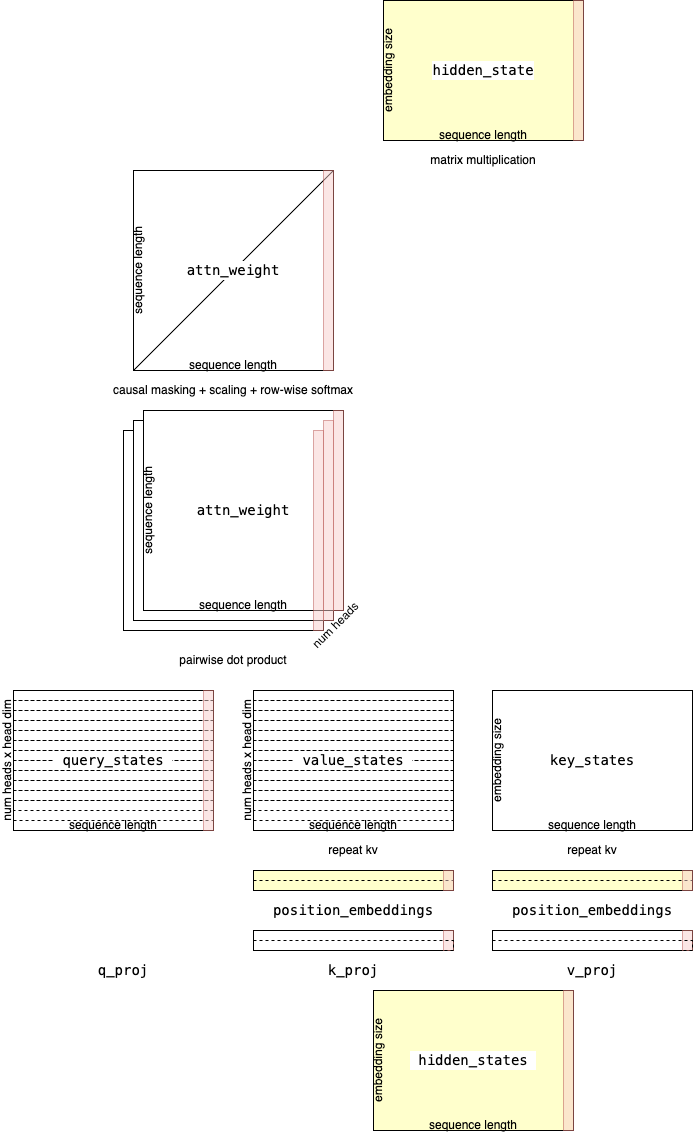
Above: architecture.drawio.png in tonghuikang/llm_architecture (draw.io), before the change. Source tidied: cells renumbered, new cells last; positions are measured from the earlier drawing's top-left corner, leaving out a move shared by most shapes.
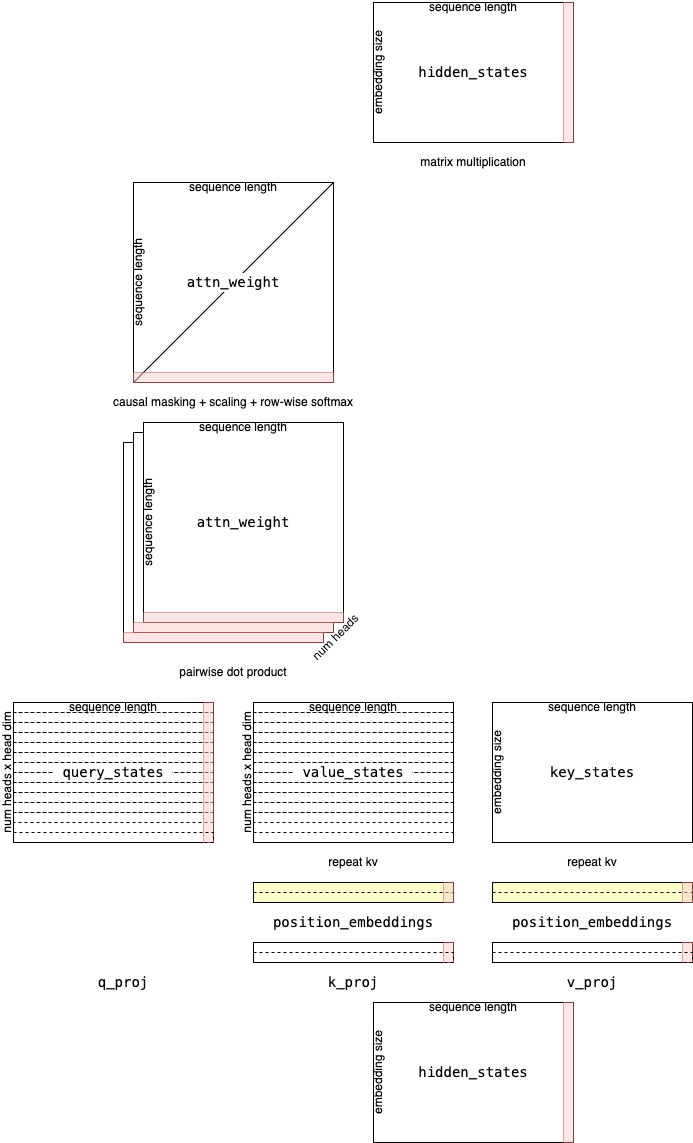
After the change.

Diff of the diagram source:
```diff
@@ -5,7 +5,7 @@
     <mxCell id="2" style="rounded=0;whiteSpace=wrap;html=1;fillColor=#FFFFCC;" parent="1" vertex="1">
       <mxGeometry x="555" y="870" width="200" height="20" as="geometry" />
     </mxCell>
-    <mxCell id="3" value="fir" style="rounded=0;whiteSpace=wrap;html=1;fillColor=#FFFFCC;" parent="1" vertex="1">
+    <mxCell id="3" value="fir" style="rounded=0;whiteSpace=wrap;html=1;fillColor=none;" parent="1" vertex="1">
       <mxGeometry x="436" y="990" width="200" height="140" as="geometry" />
     </mxCell>
     <mxCell id="4" style="rounded=0;whiteSpace=wrap;html=1;fillColor=none;" parent="1" vertex="1">
@@ -20,8 +20,8 @@
     <mxCell id="7" style="rounded=0;whiteSpace=wrap;html=1;fillColor=none;" parent="1" vertex="1">
       <mxGeometry x="555" y="930" width="200" height="20" as="geometry" />
     </mxCell>
-    <mxCell id="8" style="rounded=0;whiteSpace=wrap;html=1;fillColor=#FFFFCC;" parent="1" vertex="1">
-      <mxGeometry x="446" width="200" height="140" as="geometry" />
+    <mxCell id="8" style="rounded=0;whiteSpace=wrap;html=1;fillColor=none;" parent="1" vertex="1">
+      <mxGeometry x="436" y="-10" width="200" height="140" as="geometry" />
     </mxCell>
     <mxCell id="9" value="pairwise dot product" style="text;html=1;align=center;verticalAlign=middle;whiteSpace=wrap;rounded=0;fillColor=none;" parent="1" vertex="1">
       <mxGeometry x="196" y="640" width="200" height="40" as="geometry" />
@@ -42,10 +42,10 @@
       <mxGeometry x="580" y="830" width="150" height="40" as="geometry" />
     </mxCell>
     <mxCell id="15" value="matrix multiplication" style="text;html=1;align=center;verticalAlign=middle;whiteSpace=wrap;rounded=0;fillColor=none;" parent="1" vertex="1">
-      <mxGeometry x="471" y="140" width="150" height="40" as="geometry" />
+      <mxGeometry x="461" y="130" width="150" height="40" as="geometry" />
     </mxCell>
     <mxCell id="16" value="sequence length" style="text;html=1;align=center;verticalAlign=middle;whiteSpace=wrap;rounded=0;fillColor=none;" parent="1" vertex="1">
-      <mxGeometry x="436" y="1120" width="200" height="10" as="geometry" />
+      <mxGeometry x="436" y="990" width="200" height="10" as="geometry" />
     </mxCell>
     <mxCell id="17" value="embedding size" style="rounded=0;whiteSpace=wrap;html=1;rotation=-90;strokeColor=none;fillColor=none;" parent="1" vertex="1">
       <mxGeometry x="371" y="1055" width="140" height="10" as="geometry" />
@@ -57,11 +57,8 @@
       <mxGeometry x="76" y="690" width="200" height="10" as="geometry" />
     </mxCell>
     <mxCell id="20" value="sequence length" style="text;html=1;align=center;verticalAlign=middle;whiteSpace=wrap;rounded=0;fillColor=none;" parent="1" vertex="1">
-      <mxGeometry x="555" y="820" width="200" height="10" as="geometry" />
+      <mxGeometry x="555" y="690" width="200" height="10" as="geometry" />
     </mxCell>
-    <mxCell id="21" value="sequence length" style="text;html=1;align=center;verticalAlign=middle;whiteSpace=wrap;rounded=0;fillColor=none;" parent="1" vertex="1">
-      <mxGeometry x="76" y="820" width="200" height="10" as="geometry" />
-    </mxCell>
     <mxCell id="22" style="rounded=0;whiteSpace=wrap;html=1;dashed=1;fillColor=none;" parent="1" vertex="1">
       <mxGeometry x="76" y="700" width="200" height="10" as="geometry" />
     </mxCell>
@@ -95,9 +92,6 @@
     <mxCell id="32" style="rounded=0;whiteSpace=wrap;html=1;dashed=1;fillColor=none;" parent="1" vertex="1">
       <mxGeometry x="76" y="800" width="200" height="10" as="geometry" />
     </mxCell>
-    <mxCell id="33" style="rounded=0;whiteSpace=wrap;html=1;dashed=1;fillColor=none;" parent="1" vertex="1">
-      <mxGeometry x="76" y="820" width="200" height="10" as="geometry" />
-    </mxCell>
     <mxCell id="34" style="rounded=0;whiteSpace=wrap;html=1;fillColor=none;" parent="1" vertex="1">
       <mxGeometry x="316" y="690" width="200" height="140" as="geometry" />
     </mxCell>
@@ -105,7 +99,7 @@
       <mxGeometry x="316" y="690" width="200" height="10" as="geometry" />
     </mxCell>
     <mxCell id="36" value="sequence length" style="text;html=1;align=center;verticalAlign=middle;whiteSpace=wrap;rounded=0;fillColor=none;" parent="1" vertex="1">
-      <mxGeometry x="316" y="820" width="200" height="10" as="geometry" />
+      <mxGeometry x="316" y="690" width="200" height="10" as="geometry" />
     </mxCell>
     <mxCell id="37" style="rounded=0;whiteSpace=wrap;html=1;dashed=1;fillColor=none;" parent="1" vertex="1">
       <mxGeometry x="316" y="700" width="200" height="10" as="geometry" />
@@ -140,9 +134,6 @@
     <mxCell id="47" style="rounded=0;whiteSpace=wrap;html=1;dashed=1;fillColor=none;" parent="1" vertex="1">
       <mxGeometry x="316" y="800" width="200" height="10" as="geometry" />
     </mxCell>
-    <mxCell id="48" style="rounded=0;whiteSpace=wrap;html=1;dashed=1;fillColor=none;" parent="1" vertex="1">
-      <mxGeometry x="316" y="820" width="200" height="10" as="geometry" />
-    </mxCell>
     <mxCell id="49" value="num heads x head dim" style="rounded=0;whiteSpace=wrap;html=1;rotation=-90;strokeColor=none;fillColor=none;" parent="1" vertex="1">
       <mxGeometry x="240" y="755" width="140" height="10" as="geometry" />
     </mxCell>
@@ -150,10 +141,10 @@
       <mxGeometry y="755" width="140" height="10" as="geometry" />
     </mxCell>
     <mxCell id="51" value="sequence length" style="text;html=1;align=center;verticalAlign=middle;whiteSpace=wrap;rounded=0;fillColor=none;" parent="1" vertex="1">
-      <mxGeometry x="446" y="130" width="200" height="10" as="geometry" />
+      <mxGeometry x="436" y="-10" width="200" height="10" as="geometry" />
     </mxCell>
     <mxCell id="52" value="embedding size" style="rounded=0;whiteSpace=wrap;html=1;rotation=-90;strokeColor=none;fillColor=none;" parent="1" vertex="1">
-      <mxGeometry x="381" y="65" width="140" height="10" as="geometry" />
+      <mxGeometry x="371" y="55" width="140" height="10" as="geometry" />
     </mxCell>
     <mxCell id="53" value="&lt;pre style=&quot;box-sizing: border-box; overflow: auto; font-size: 14px; padding: 1px 0px; margin-top: 0px; margin-bottom: 0px; line-height: inherit; word-break: break-all; overflow-wrap: break-word; background-color: rgb(255, 255, 255); border: 0px; border-radius: 0px; text-wrap-mode: wrap; vertical-align: baseline; text-align: left;&quot;&gt; hidden_states &lt;/pre&gt;" style="text;html=1;align=center;verticalAlign=middle;whiteSpace=wrap;rounded=0;fillColor=none;" parent="1" vertex="1">
       <mxGeometry x="436" y="1040" width="200" height="40" as="geometry" />
@@ -167,8 +158,8 @@
     <mxCell id="56" value="&lt;pre style=&quot;box-sizing: border-box; overflow: auto; font-size: 14px; padding: 1px 0px; margin-top: 0px; margin-bottom: 0px; line-height: inherit; word-break: break-all; overflow-wrap: break-word; background-color: rgb(255, 255, 255); border: 0px; border-radius: 0px; text-wrap-mode: wrap; vertical-align: baseline; text-align: left;&quot;&gt; query_states &lt;/pre&gt;" style="text;html=1;align=center;verticalAlign=middle;whiteSpace=wrap;rounded=0;fillColor=none;" parent="1" vertex="1">
       <mxGeometry x="76" y="740" width="200" height="40" as="geometry" />
     </mxCell>
-    <mxCell id="57" value="&lt;pre style=&quot;box-sizing: border-box; overflow: auto; font-size: 14px; padding: 1px 0px; margin-top: 0px; margin-bottom: 0px; line-height: inherit; word-break: break-all; overflow-wrap: break-word; background-color: rgb(255, 255, 255); border: 0px; border-radius: 0px; text-wrap-mode: wrap; vertical-align: baseline; text-align: left;&quot;&gt;hidden_state&lt;/pre&gt;" style="text;html=1;align=center;verticalAlign=middle;whiteSpace=wrap;rounded=0;fillColor=none;" parent="1" vertex="1">
-      <mxGeometry x="446" y="50" width="200" height="40" as="geometry" />
+    <mxCell id="57" value="&lt;pre style=&quot;box-sizing: border-box; overflow: auto; font-size: 14px; padding: 1px 0px; margin-top: 0px; margin-bottom: 0px; line-height: inherit; word-break: break-all; overflow-wrap: break-word; background-color: rgb(255, 255, 255); border: 0px; border-radius: 0px; text-wrap-mode: wrap; vertical-align: baseline; text-align: left;&quot;&gt; hidden_states &lt;/pre&gt;" style="text;html=1;align=center;verticalAlign=middle;whiteSpace=wrap;rounded=0;fillColor=none;" parent="1" vertex="1">
+      <mxGeometry x="436" y="40" width="200" height="40" as="geometry" />
     </mxCell>
     <mxCell id="58" style="rounded=0;whiteSpace=wrap;html=1;fillColor=#f8cecc;opacity=50;strokeColor=#b85450;" parent="1" vertex="1">
       <mxGeometry x="626" y="990" width="10" height="140" as="geometry" />
@@ -183,7 +174,7 @@
       <mxGeometry x="266" y="690" width="10" height="140" as="geometry" />
     </mxCell>
     <mxCell id="62" style="rounded=0;whiteSpace=wrap;html=1;fillColor=#f8cecc;opacity=50;strokeColor=#b85450;" parent="1" vertex="1">
-      <mxGeometry x="636" width="10" height="140" as="geometry" />
+      <mxGeometry x="626" y="-10" width="10" height="140" as="geometry" />
     </mxCell>
     <mxCell id="63" style="rounded=0;whiteSpace=wrap;html=1;fillColor=default;" parent="1" vertex="1">
       <mxGeometry x="186" y="430" width="200" height="200" as="geometry" />
@@ -200,11 +191,11 @@
     <mxCell id="67" style="rounded=0;whiteSpace=wrap;html=1;fillColor=none;" parent="1" vertex="1">
       <mxGeometry x="196" y="170" width="200" height="200" as="geometry" />
     </mxCell>
-    <mxCell id="68" style="endArrow=none;html=1;rounded=0;entryX=0;entryY=1;entryDx=0;entryDy=0;exitX=1;exitY=0;exitDx=0;exitDy=0;" parent="1" edge="1" source="67" target="72">
+    <mxCell id="68" style="endArrow=none;html=1;rounded=0;exitX=1;exitY=0;exitDx=0;exitDy=0;entryX=0;entryY=1;entryDx=0;entryDy=0;" parent="1" edge="1" source="67" target="67">
       <mxGeometry relative="1" as="geometry" />
     </mxCell>
     <mxCell id="69" value="sequence length" style="text;html=1;align=center;verticalAlign=middle;whiteSpace=wrap;rounded=0;fillColor=none;" parent="1" vertex="1">
-      <mxGeometry x="206" y="600" width="200" height="10" as="geometry" />
+      <mxGeometry x="206" y="410" width="200" height="10" as="geometry" />
     </mxCell>
     <mxCell id="70" value="sequence length" style="rounded=0;whiteSpace=wrap;html=1;rotation=-90;strokeColor=none;fillColor=none;" parent="1" vertex="1">
       <mxGeometry x="111" y="505" width="200" height="10" as="geometry" />
@@ -213,7 +204,7 @@
       <mxGeometry x="101" y="265" width="200" height="10" as="geometry" />
     </mxCell>
     <mxCell id="72" value="sequence length" style="text;html=1;align=center;verticalAlign=middle;whiteSpace=wrap;rounded=0;fillColor=none;" parent="1" vertex="1">
-      <mxGeometry x="196" y="360" width="200" height="10" as="geometry" />
+      <mxGeometry x="196" y="170" width="200" height="10" as="geometry" />
     </mxCell>
     <mxCell id="73" value="&lt;pre style=&quot;box-sizing: border-box; overflow: auto; font-size: 14px; padding: 1px 0px; margin-top: 0px; margin-bottom: 0px; line-height: inherit; word-break: break-all; overflow-wrap: break-word; background-color: rgb(255, 255, 255); border: 0px; border-radius: 0px; text-wrap-mode: wrap; vertical-align: baseline; text-align: left;&quot;&gt;attn_weight&lt;/pre&gt;" style="text;html=1;align=center;verticalAlign=middle;whiteSpace=wrap;rounded=0;fillColor=none;" parent="1" vertex="1">
       <mxGeometry x="206" y="490" width="200" height="40" as="geometry" />
@@ -221,17 +212,17 @@
     <mxCell id="74" value="&lt;pre style=&quot;box-sizing: border-box; overflow: auto; font-size: 14px; padding: 1px 0px; margin-top: 0px; margin-bottom: 0px; line-height: inherit; word-break: break-all; overflow-wrap: break-word; background-color: rgb(255, 255, 255); border: 0px; border-radius: 0px; text-wrap-mode: wrap; vertical-align: baseline; text-align: left;&quot;&gt;attn_weight&lt;/pre&gt;" style="text;html=1;align=center;verticalAlign=middle;whiteSpace=wrap;rounded=0;fillColor=none;" parent="1" vertex="1">
       <mxGeometry x="196" y="250" width="200" height="40" as="geometry" />
     </mxCell>
-    <mxCell id="75" style="rounded=0;whiteSpace=wrap;html=1;fillColor=#f8cecc;opacity=50;strokeColor=#b85450;" parent="1" vertex="1">
-      <mxGeometry x="396" y="410" width="10" height="200" as="geometry" />
+    <mxCell id="75" style="rounded=0;whiteSpace=wrap;html=1;fillColor=#f8cecc;opacity=50;strokeColor=#b85450;rotation=90;" parent="1" vertex="1">
+      <mxGeometry x="301" y="505" width="10" height="200" as="geometry" />
     </mxCell>
-    <mxCell id="76" style="rounded=0;whiteSpace=wrap;html=1;fillColor=#f8cecc;opacity=50;strokeColor=#b85450;" parent="1" vertex="1">
-      <mxGeometry x="386" y="420" width="10" height="200" as="geometry" />
+    <mxCell id="76" style="rounded=0;whiteSpace=wrap;html=1;fillColor=#f8cecc;opacity=50;strokeColor=#b85450;rotation=90;" parent="1" vertex="1">
+      <mxGeometry x="291" y="515" width="10" height="200" as="geometry" />
     </mxCell>
-    <mxCell id="77" style="rounded=0;whiteSpace=wrap;html=1;fillColor=#f8cecc;opacity=50;strokeColor=#b85450;" parent="1" vertex="1">
-      <mxGeometry x="376" y="430" width="10" height="200" as="geometry" />
+    <mxCell id="77" style="rounded=0;whiteSpace=wrap;html=1;fillColor=#f8cecc;opacity=50;strokeColor=#b85450;rotation=90;" parent="1" vertex="1">
+      <mxGeometry x="281" y="525" width="10" height="200" as="geometry" />
     </mxCell>
-    <mxCell id="78" style="rounded=0;whiteSpace=wrap;html=1;fillColor=#f8cecc;opacity=50;strokeColor=#b85450;" parent="1" vertex="1">
-      <mxGeometry x="386" y="170" width="10" height="200" as="geometry" />
+    <mxCell id="78" style="rounded=0;whiteSpace=wrap;html=1;fillColor=#f8cecc;opacity=50;strokeColor=#b85450;rotation=90;" parent="1" vertex="1">
+      <mxGeometry x="291" y="265" width="10" height="200" as="geometry" />
     </mxCell>
     <mxCell id="79" value="&lt;pre style=&quot;box-sizing: border-box; overflow: auto; font-size: 14px; padding: 1px 0px; margin-top: 0px; margin-bottom: 0px; line-height: inherit; word-break: break-all; overflow-wrap: break-word; background-color: rgb(255, 255, 255); border: 0px; border-radius: 0px; text-wrap-mode: wrap; vertical-align: baseline; text-align: left;&quot;&gt; position_embeddings &lt;/pre&gt;" style="text;html=1;align=center;verticalAlign=middle;whiteSpace=wrap;rounded=0;fillColor=none;" parent="1" vertex="1">
       <mxGeometry x="316" y="890" width="200" height="40" as="geometry" />
@@ -263,5 +254,14 @@
     <mxCell id="88" value="num heads" style="text;html=1;align=center;verticalAlign=middle;whiteSpace=wrap;rounded=0;fillColor=none;rotation=-45;" parent="1" vertex="1">
       <mxGeometry x="361" y="620" width="75" height="10" as="geometry" />
     </mxCell>
+    <mxCell id="48" style="rounded=0;whiteSpace=wrap;html=1;dashed=1;fillColor=none;" parent="1" vertex="1">
+      <mxGeometry x="316" y="820" width="200" height="10" as="geometry" />
+    </mxCell>
+    <mxCell id="33" style="rounded=0;whiteSpace=wrap;html=1;dashed=1;fillColor=none;" parent="1" vertex="1">
+      <mxGeometry x="76" y="820" width="200" height="10" as="geometry" />
+    </mxCell>
+    <mxCell id="21" value="sequence length" style="text;html=1;align=center;verticalAlign=middle;whiteSpace=wrap;rounded=0;fillColor=none;" parent="1" vertex="1">
+      <mxGeometry x="76" y="690" width="200" height="10" as="geometry" />
+    </mxCell>
   </root>
 </mxGraphModel>
```
